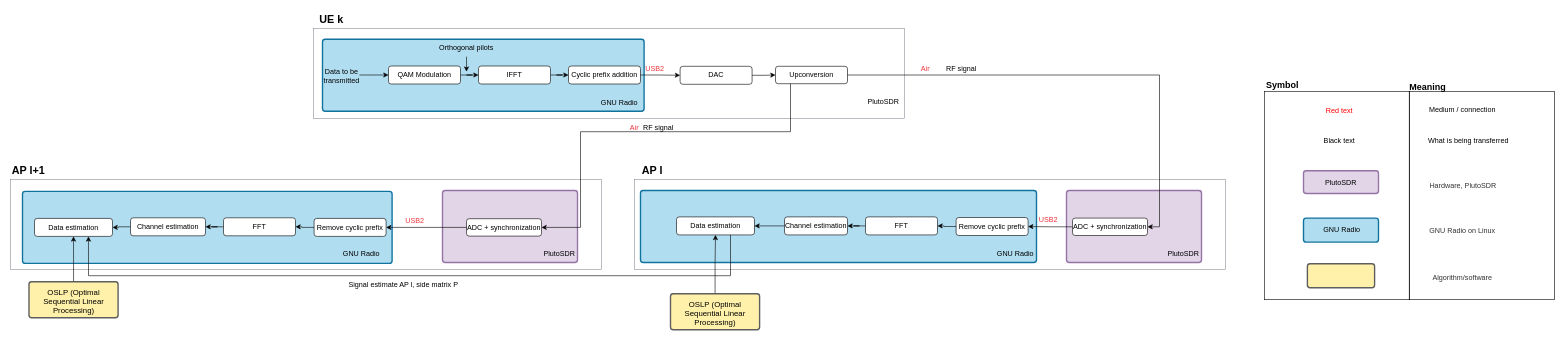
Before: Untitled Diagram.drawio in catherinemertens/drawio, a draw.io diagram. Source tidied: cells renumbered, new cells numbered last; positions are measured from the earlier drawing's top-left corner, leaving out a move shared by most shapes. Both pictures are drawn from the tidied source at 60%, with x=0, y=0 at pixel (10, 10).
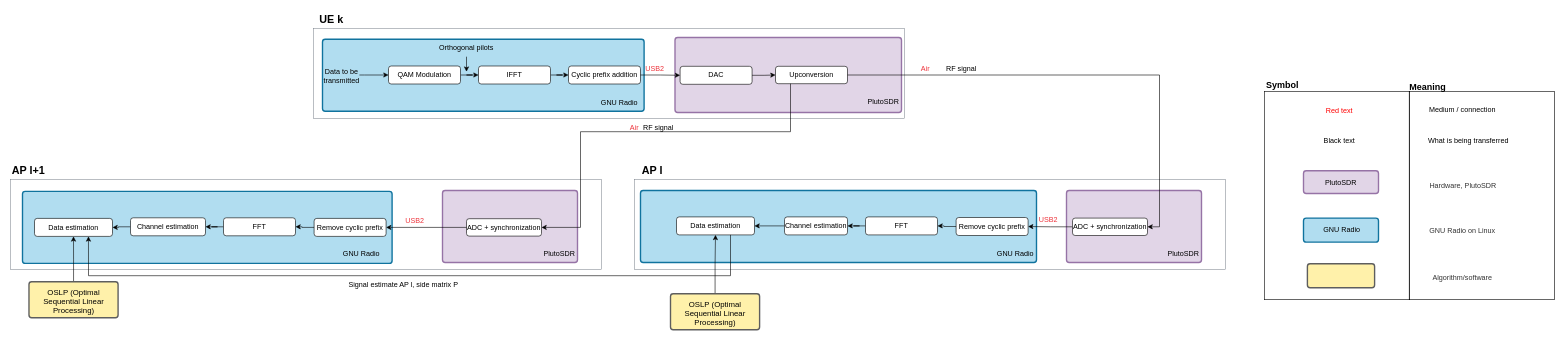
After the change.

Unchanged cells that the change refers to:
```xml
<mxCell id="2" style="html=1;overflow=block;blockSpacing=1;whiteSpace=wrap;fontSize=13;spacing=0;strokeColor=#6f7681;strokeOpacity=100;fillOpacity=0;fillColor=#ffffff;strokeWidth=0.8;lucidId=N30nDekbUn9Q;" parent="1" vertex="1">
  <mxGeometry x="505" y="30" width="985" height="150" as="geometry" />
</mxCell>
```

The edit, as a diff of the source:
```diff
@@
+    <mxCell id="80" style="html=1;overflow=block;blockSpacing=1;whiteSpace=wrap;fontSize=13;spacing=9;strokeColor=#9673a6;strokeOpacity=100;fillOpacity=100;rounded=1;absoluteArcSize=1;arcSize=9;fillColor=#e1d5e7;strokeWidth=2.3;lucidId=J80nYq8lnvE4;" parent="2" vertex="1">
+      <mxGeometry x="602.5" y="15" width="377.5" height="125" as="geometry" />
+    </mxCell>
```
